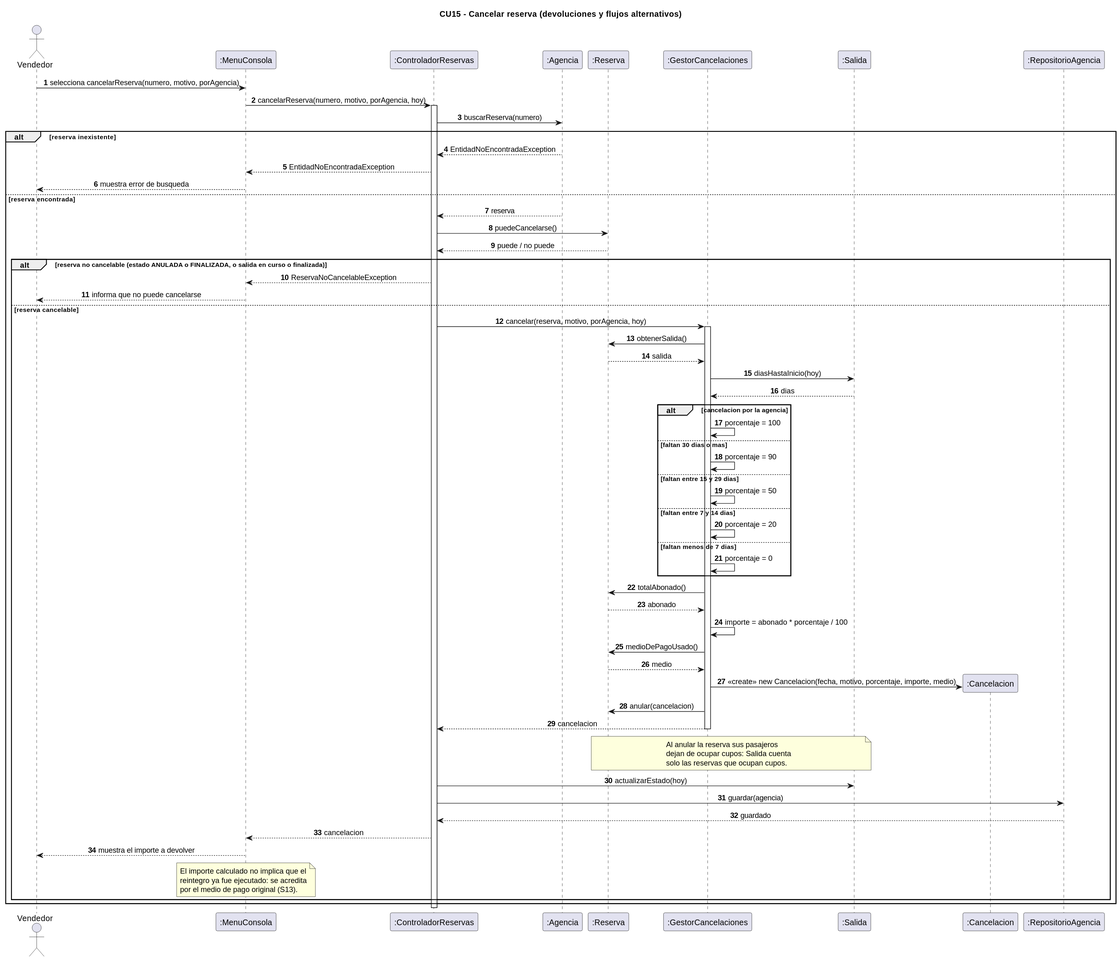
Before: docs/uml/03-secuencia-cancelar-reserva.svg, a diagram exported from PlantUML (CarlosDanielOK/Avion).
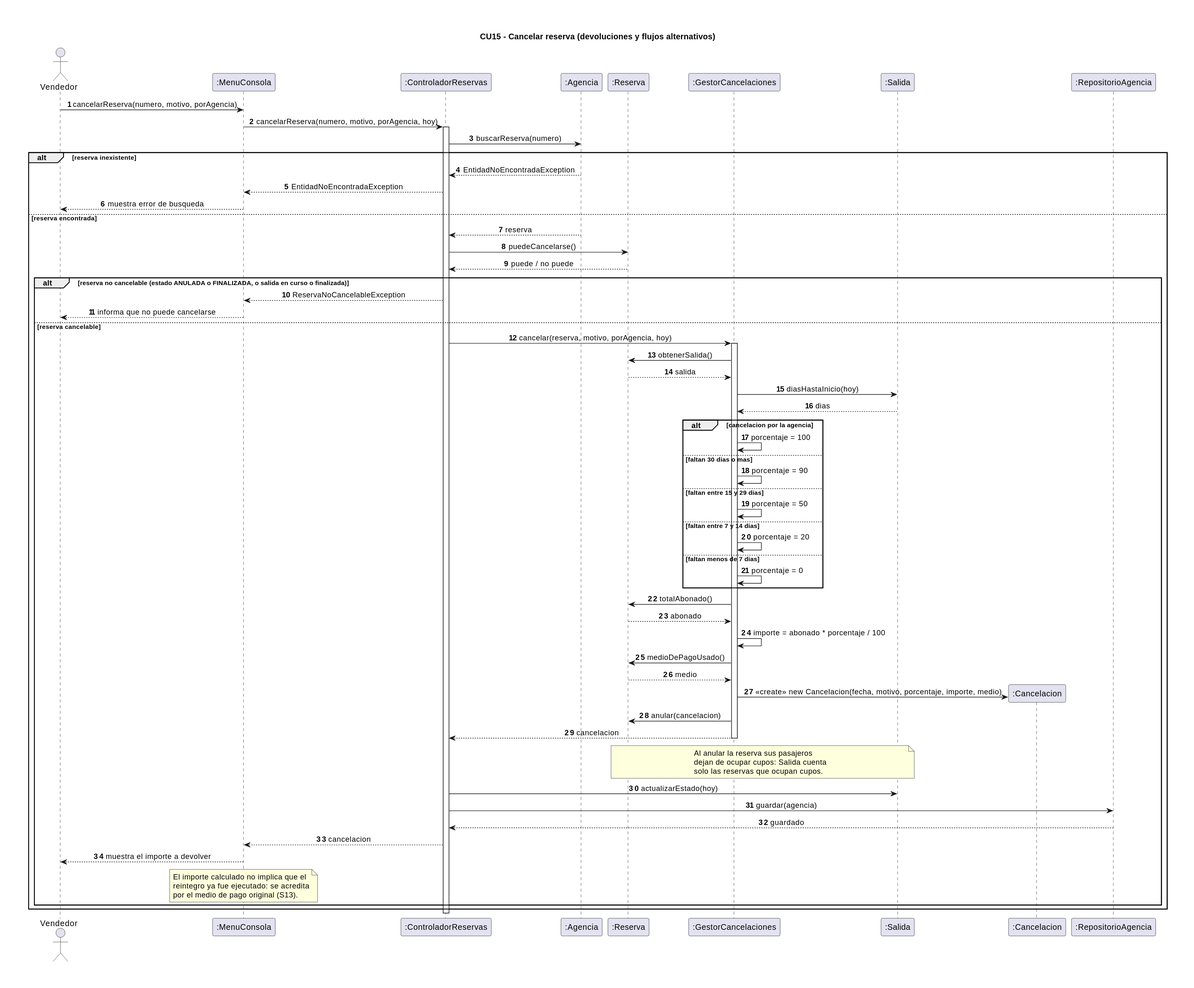
After the commit.

What changed in the source:
```diff
@@ -16,7 +16,7 @@
 participant ":Cancelacion" as CAN
 participant ":RepositorioAgencia" as REPO
 
-Vendedor -> UI : selecciona cancelarReserva(numero, motivo, porAgencia)
+Vendedor -> UI : cancelarReserva(numero, motivo, porAgencia)
 UI -> CTRL : cancelarReserva(numero, motivo, porAgencia, hoy)
 activate CTRL
 
```
